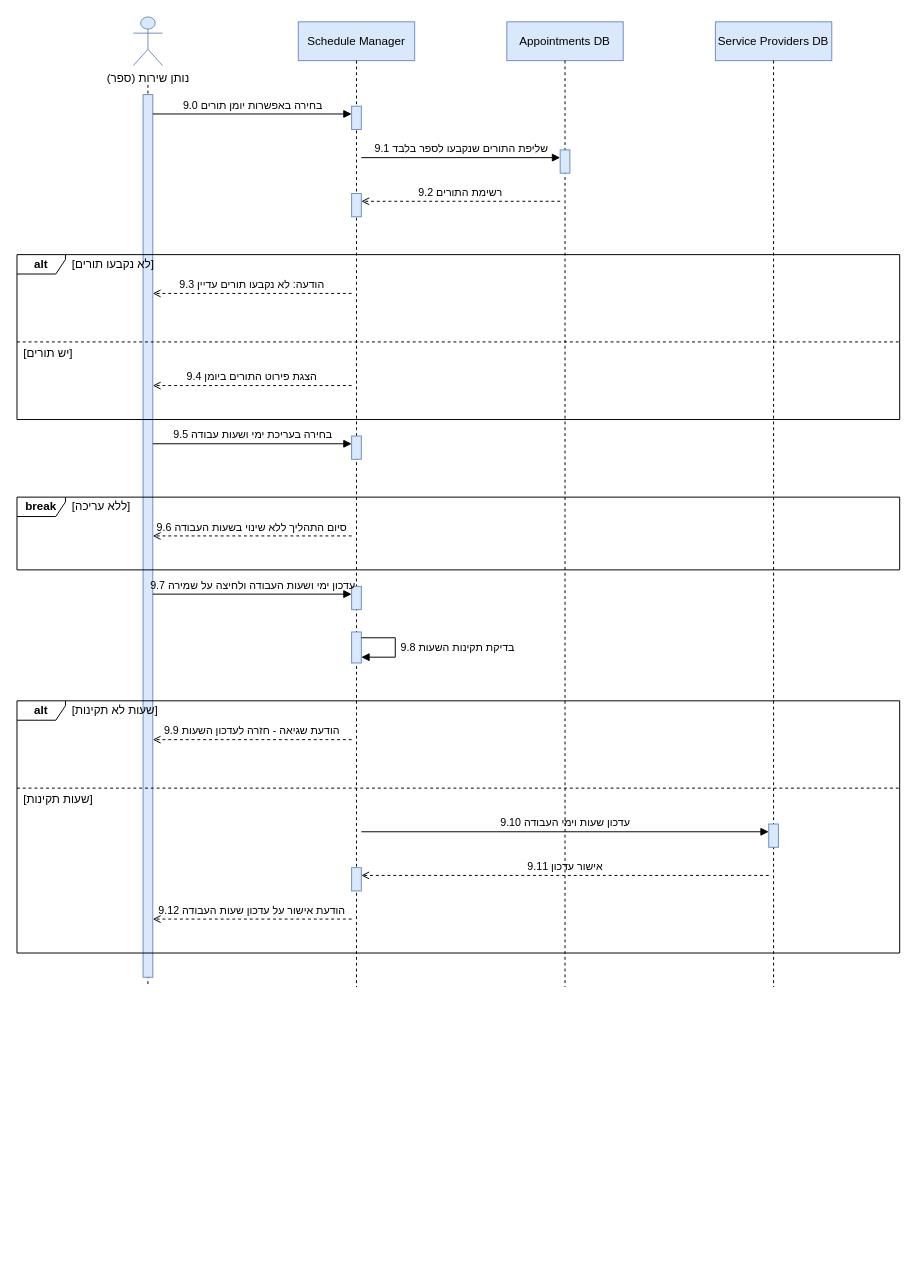
Earlier version of the draw.io diagram diagrams/SEQ-SUC-9.drawio (arielkaplan20/project_Golden_Hair_Salon). Source tidied: cells renumbered, new cells numbered last; positions are measured from the earlier drawing's top-left corner, leaving out a move shared by most shapes. Both pictures are drawn from the tidied source at 97%, with x=0, y=0 at pixel (16, 16).
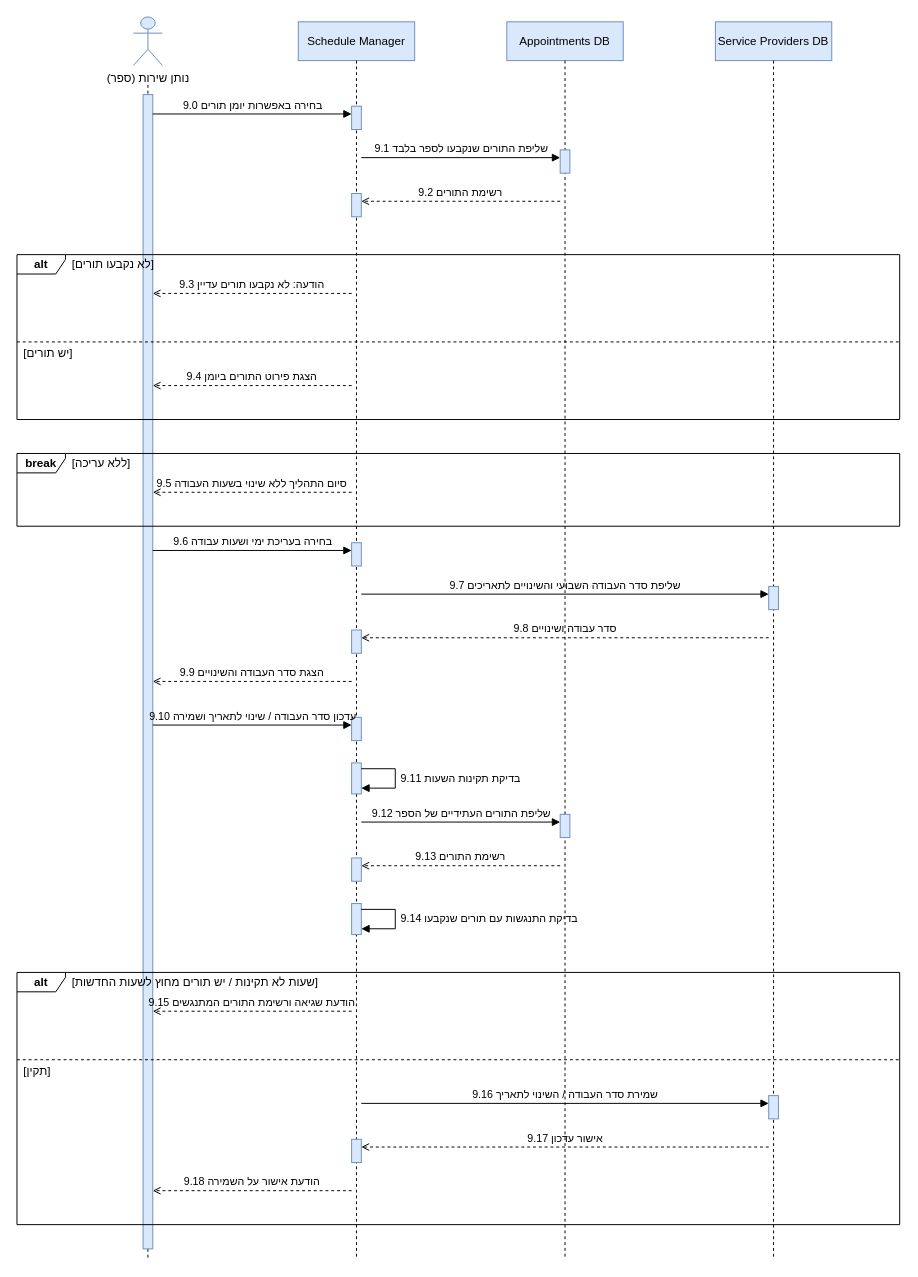
Above is the later version.

The edit, as a diff of the source:
```diff
@@
     <mxCell id="6" style="endArrow=none;html=1;dashed=1;strokeColor=#000000;" parent="1" edge="1">
       <mxGeometry relative="1" as="geometry">
         <mxPoint x="135" y="70" as="sourcePoint" />
-        <mxPoint x="135" y="1000" as="targetPoint" />
+        <mxPoint x="135" y="1280" as="targetPoint" />
       </mxGeometry>
     </mxCell>
     <mxCell id="7" style="rounded=0;html=1;fillColor=#dae8fc;strokeColor=#6c8ebf;" parent="1" vertex="1">
-      <mxGeometry x="130" y="80" width="10" height="910" as="geometry" />
+      <mxGeometry x="130" y="80" width="10" height="1190" as="geometry" />
     </mxCell>
     <mxCell id="8" style="endArrow=none;html=1;dashed=1;strokeColor=#000000;" parent="1" edge="1">
       <mxGeometry relative="1" as="geometry">
         <mxPoint x="350" y="45" as="sourcePoint" />
-        <mxPoint x="350" y="1000" as="targetPoint" />
+        <mxPoint x="350" y="1280" as="targetPoint" />
       </mxGeometry>
     </mxCell>
     <mxCell id="9" style="endArrow=none;html=1;dashed=1;strokeColor=#000000;" parent="1" edge="1">
       <mxGeometry relative="1" as="geometry">
         <mxPoint x="565" y="45" as="sourcePoint" />
-        <mxPoint x="565" y="1000" as="targetPoint" />
+        <mxPoint x="565" y="1280" as="targetPoint" />
       </mxGeometry>
     </mxCell>
     <mxCell id="10" style="endArrow=none;html=1;dashed=1;strokeColor=#000000;" parent="1" edge="1">
       <mxGeometry relative="1" as="geometry">
         <mxPoint x="780" y="45" as="sourcePoint" />
-        <mxPoint x="780" y="1000" as="targetPoint" />
+        <mxPoint x="780" y="1280" as="targetPoint" />
       </mxGeometry>
     </mxCell>
@@
     <mxCell id="14" style="rounded=0;html=1;fillColor=#dae8fc;strokeColor=#6c8ebf;" parent="1" vertex="1">
-      <mxGeometry x="345" y="432" width="10" height="24" as="geometry" />
+      <mxGeometry x="345" y="542" width="10" height="24" as="geometry" />
     </mxCell>
     <mxCell id="15" style="rounded=0;html=1;fillColor=#dae8fc;strokeColor=#6c8ebf;" parent="1" vertex="1">
-      <mxGeometry x="345" y="587" width="10" height="24" as="geometry" />
+      <mxGeometry x="775" y="587" width="10" height="24" as="geometry" />
     </mxCell>
     <mxCell id="16" style="rounded=0;html=1;fillColor=#dae8fc;strokeColor=#6c8ebf;" parent="1" vertex="1">
-      <mxGeometry x="345" y="634" width="10" height="32" as="geometry" />
+      <mxGeometry x="345" y="632" width="10" height="24" as="geometry" />
     </mxCell>
     <mxCell id="17" style="rounded=0;html=1;fillColor=#dae8fc;strokeColor=#6c8ebf;" parent="1" vertex="1">
-      <mxGeometry x="775" y="832" width="10" height="24" as="geometry" />
+      <mxGeometry x="345" y="722" width="10" height="24" as="geometry" />
     </mxCell>
     <mxCell id="18" style="rounded=0;html=1;fillColor=#dae8fc;strokeColor=#6c8ebf;" parent="1" vertex="1">
-      <mxGeometry x="345" y="877" width="10" height="24" as="geometry" />
+      <mxGeometry x="345" y="769" width="10" height="32" as="geometry" />
     </mxCell>
-    <mxCell id="19" value="&lt;b&gt;alt&lt;/b&gt;" style="shape=umlFrame;whiteSpace=wrap;html=1;width=50;height=20;fillColor=none;" parent="1" vertex="1">
-      <mxGeometry y="245" width="910" height="170" as="geometry" />
+    <mxCell id="19" style="rounded=0;html=1;fillColor=#dae8fc;strokeColor=#6c8ebf;" parent="1" vertex="1">
+      <mxGeometry x="560" y="822" width="10" height="24" as="geometry" />
     </mxCell>
-    <mxCell id="20" value="[לא נקבעו תורים]" style="text;html=1;align=left;verticalAlign=middle;whiteSpace=nowrap;fillColor=none;strokeColor=none;" parent="1" vertex="1">
-      <mxGeometry x="55" y="245" width="300" height="20" as="geometry" />
+    <mxCell id="20" style="rounded=0;html=1;fillColor=#dae8fc;strokeColor=#6c8ebf;" parent="1" vertex="1">
+      <mxGeometry x="345" y="867" width="10" height="24" as="geometry" />
     </mxCell>
-    <mxCell id="21" style="endArrow=none;html=1;dashed=1;" parent="1" edge="1">
-      <mxGeometry relative="1" as="geometry">
-        <mxPoint y="335" as="sourcePoint" />
-        <mxPoint x="910" y="335" as="targetPoint" />
-      </mxGeometry>
-    </mxCell>
+    <mxCell id="42" style="rounded=0;html=1;fillColor=#dae8fc;strokeColor=#6c8ebf;" parent="1" vertex="1">
+      <mxGeometry x="345" y="914" width="10" height="32" as="geometry" />
+    </mxCell>
-    <mxCell id="22" value="[יש תורים]" style="text;html=1;align=left;verticalAlign=middle;whiteSpace=nowrap;fillColor=none;strokeColor=none;" parent="1" vertex="1">
-      <mxGeometry x="5" y="337" width="300" height="20" as="geometry" />
+    <mxCell id="22" style="rounded=0;html=1;fillColor=#dae8fc;strokeColor=#6c8ebf;" parent="1" vertex="1">
+      <mxGeometry x="775" y="1112" width="10" height="24" as="geometry" />
     </mxCell>
-    <mxCell id="23" value="&lt;b&gt;break&lt;/b&gt;" style="shape=umlFrame;whiteSpace=wrap;html=1;width=50;height=20;fillColor=none;" parent="1" vertex="1">
-      <mxGeometry y="495" width="910" height="75" as="geometry" />
+    <mxCell id="23" style="rounded=0;html=1;fillColor=#dae8fc;strokeColor=#6c8ebf;" parent="1" vertex="1">
+      <mxGeometry x="345" y="1157" width="10" height="24" as="geometry" />
     </mxCell>
-    <mxCell id="24" value="[ללא עריכה]" style="text;html=1;align=left;verticalAlign=middle;whiteSpace=nowrap;fillColor=none;strokeColor=none;" parent="1" vertex="1">
-      <mxGeometry x="55" y="495" width="300" height="20" as="geometry" />
+    <mxCell id="24" value="&lt;b&gt;alt&lt;/b&gt;" style="shape=umlFrame;whiteSpace=wrap;html=1;width=50;height=20;fillColor=none;" parent="1" vertex="1">
+      <mxGeometry y="245" width="910" height="170" as="geometry" />
     </mxCell>
-    <mxCell id="25" value="&lt;b&gt;alt&lt;/b&gt;" style="shape=umlFrame;whiteSpace=wrap;html=1;width=50;height=20;fillColor=none;" parent="1" vertex="1">
-      <mxGeometry y="705" width="910" height="260" as="geometry" />
+    <mxCell id="25" value="[לא נקבעו תורים]" style="text;html=1;align=left;verticalAlign=middle;whiteSpace=nowrap;fillColor=none;strokeColor=none;" parent="1" vertex="1">
+      <mxGeometry x="55" y="245" width="300" height="20" as="geometry" />
     </mxCell>
-    <mxCell id="26" value="[שעות לא תקינות]" style="text;html=1;align=left;verticalAlign=middle;whiteSpace=nowrap;fillColor=none;strokeColor=none;" parent="1" vertex="1">
-      <mxGeometry x="55" y="705" width="300" height="20" as="geometry" />
-    </mxCell>
-    <mxCell id="27" style="endArrow=none;html=1;dashed=1;" parent="1" edge="1">
-      <mxGeometry relative="1" as="geometry">
-        <mxPoint y="795" as="sourcePoint" />
-        <mxPoint x="910" y="795" as="targetPoint" />
-      </mxGeometry>
-    </mxCell>
+    <mxCell id="43" style="endArrow=none;html=1;dashed=1;" parent="1" edge="1">
+      <mxGeometry relative="1" as="geometry">
+        <mxPoint y="335" as="sourcePoint" />
+        <mxPoint x="910" y="335" as="targetPoint" />
+      </mxGeometry>
+    </mxCell>
+    <mxCell id="44" value="[יש תורים]" style="text;html=1;align=left;verticalAlign=middle;whiteSpace=nowrap;fillColor=none;strokeColor=none;" parent="1" vertex="1">
+      <mxGeometry x="5" y="337" width="300" height="20" as="geometry" />
+    </mxCell>
-    <mxCell id="28" value="[שעות תקינות]" style="text;html=1;align=left;verticalAlign=middle;whiteSpace=nowrap;fillColor=none;strokeColor=none;" parent="1" vertex="1">
-      <mxGeometry x="5" y="797" width="300" height="20" as="geometry" />
+    <mxCell id="28" value="&lt;b&gt;break&lt;/b&gt;" style="shape=umlFrame;whiteSpace=wrap;html=1;width=50;height=20;fillColor=none;" parent="1" vertex="1">
+      <mxGeometry y="450" width="910" height="75" as="geometry" />
     </mxCell>
-    <mxCell id="29" value="9.0 בחירה באפשרות יומן תורים" style="endArrow=block;endFill=1;html=1;rounded=0;verticalAlign=bottom;labelBackgroundColor=none;" parent="1" edge="1">
-      <mxGeometry relative="1" as="geometry">
-        <mxPoint x="140" y="100" as="sourcePoint" />
-        <mxPoint x="345" y="100" as="targetPoint" />
-      </mxGeometry>
-    </mxCell>
-    <mxCell id="30" value="9.1 שליפת התורים שנקבעו לספר בלבד" style="endArrow=block;endFill=1;html=1;rounded=0;verticalAlign=bottom;labelBackgroundColor=none;" parent="1" edge="1">
-      <mxGeometry relative="1" as="geometry">
-        <mxPoint x="355" y="145" as="sourcePoint" />
-        <mxPoint x="560" y="145" as="targetPoint" />
-      </mxGeometry>
-    </mxCell>
-    <mxCell id="31" value="9.2 רשימת התורים" style="endArrow=open;endFill=0;html=1;rounded=0;dashed=1;verticalAlign=bottom;labelBackgroundColor=none;" parent="1" edge="1">
-      <mxGeometry relative="1" as="geometry">
-        <mxPoint x="560" y="190" as="sourcePoint" />
-        <mxPoint x="355" y="190" as="targetPoint" />
-      </mxGeometry>
-    </mxCell>
+    <mxCell id="45" value="[ללא עריכה]" style="text;html=1;align=left;verticalAlign=middle;whiteSpace=nowrap;fillColor=none;strokeColor=none;" parent="1" vertex="1">
+      <mxGeometry x="55" y="450" width="300" height="20" as="geometry" />
+    </mxCell>
+    <mxCell id="46" value="&lt;b&gt;alt&lt;/b&gt;" style="shape=umlFrame;whiteSpace=wrap;html=1;width=50;height=20;fillColor=none;" parent="1" vertex="1">
+      <mxGeometry y="985" width="910" height="260" as="geometry" />
+    </mxCell>
+    <mxCell id="47" value="[שעות לא תקינות / יש תורים מחוץ לשעות החדשות]" style="text;html=1;align=left;verticalAlign=middle;whiteSpace=nowrap;fillColor=none;strokeColor=none;" parent="1" vertex="1">
+      <mxGeometry x="55" y="985" width="300" height="20" as="geometry" />
+    </mxCell>
-    <mxCell id="32" value="9.3 הודעה: לא נקבעו תורים עדיין" style="endArrow=open;endFill=0;html=1;rounded=0;dashed=1;verticalAlign=bottom;labelBackgroundColor=none;" parent="1" edge="1">
+    <mxCell id="32" style="endArrow=none;html=1;dashed=1;" parent="1" edge="1">
       <mxGeometry relative="1" as="geometry">
-        <mxPoint x="345" y="285" as="sourcePoint" />
-        <mxPoint x="140" y="285" as="targetPoint" />
+        <mxPoint y="1075" as="sourcePoint" />
+        <mxPoint x="910" y="1075" as="targetPoint" />
       </mxGeometry>
     </mxCell>
-    <mxCell id="33" value="9.4 הצגת פירוט התורים ביומן" style="endArrow=open;endFill=0;html=1;rounded=0;dashed=1;verticalAlign=bottom;labelBackgroundColor=none;" parent="1" edge="1">
-      <mxGeometry relative="1" as="geometry">
-        <mxPoint x="345" y="380" as="sourcePoint" />
-        <mxPoint x="140" y="380" as="targetPoint" />
-      </mxGeometry>
-    </mxCell>
+    <mxCell id="48" value="[תקין]" style="text;html=1;align=left;verticalAlign=middle;whiteSpace=nowrap;fillColor=none;strokeColor=none;" parent="1" vertex="1">
+      <mxGeometry x="5" y="1077" width="300" height="20" as="geometry" />
+    </mxCell>
-    <mxCell id="34" value="9.5 בחירה בעריכת ימי ושעות עבודה" style="endArrow=block;endFill=1;html=1;rounded=0;verticalAlign=bottom;labelBackgroundColor=none;" parent="1" edge="1">
+    <mxCell id="34" value="9.0 בחירה באפשרות יומן תורים" style="endArrow=block;endFill=1;html=1;rounded=0;verticalAlign=bottom;labelBackgroundColor=none;" parent="1" edge="1">
       <mxGeometry relative="1" as="geometry">
-        <mxPoint x="140" y="440" as="sourcePoint" />
-        <mxPoint x="345" y="440" as="targetPoint" />
+        <mxPoint x="140" y="100" as="sourcePoint" />
+        <mxPoint x="345" y="100" as="targetPoint" />
       </mxGeometry>
     </mxCell>
-    <mxCell id="35" value="9.6 סיום התהליך ללא שינוי בשעות העבודה" style="endArrow=open;endFill=0;html=1;rounded=0;dashed=1;verticalAlign=bottom;labelBackgroundColor=none;" parent="1" edge="1">
+    <mxCell id="35" value="9.1 שליפת התורים שנקבעו לספר בלבד" style="endArrow=block;endFill=1;html=1;rounded=0;verticalAlign=bottom;labelBackgroundColor=none;" parent="1" edge="1">
       <mxGeometry relative="1" as="geometry">
-        <mxPoint x="345" y="535" as="sourcePoint" />
-        <mxPoint x="140" y="535" as="targetPoint" />
+        <mxPoint x="355" y="145" as="sourcePoint" />
+        <mxPoint x="560" y="145" as="targetPoint" />
       </mxGeometry>
     </mxCell>
-    <mxCell id="36" value="9.7 עדכון ימי ושעות העבודה ולחיצה על שמירה" style="endArrow=block;endFill=1;html=1;rounded=0;verticalAlign=bottom;labelBackgroundColor=none;" parent="1" edge="1">
+    <mxCell id="36" value="9.2 רשימת התורים" style="endArrow=open;endFill=0;html=1;rounded=0;dashed=1;verticalAlign=bottom;labelBackgroundColor=none;" parent="1" edge="1">
       <mxGeometry relative="1" as="geometry">
-        <mxPoint x="140" y="595" as="sourcePoint" />
-        <mxPoint x="345" y="595" as="targetPoint" />
+        <mxPoint x="560" y="190" as="sourcePoint" />
+        <mxPoint x="355" y="190" as="targetPoint" />
       </mxGeometry>
     </mxCell>
-    <mxCell id="37" value="9.8 בדיקת תקינות השעות" style="endArrow=block;endFill=1;html=1;rounded=0;align=left;spacingLeft=4;labelBackgroundColor=none;" parent="1" edge="1">
+    <mxCell id="37" value="9.3 הודעה: לא נקבעו תורים עדיין" style="endArrow=open;endFill=0;html=1;rounded=0;dashed=1;verticalAlign=bottom;labelBackgroundColor=none;" parent="1" edge="1">
       <mxGeometry relative="1" as="geometry">
-        <mxPoint x="355" y="640" as="sourcePoint" />
-        <mxPoint x="355" y="660" as="targetPoint" />
-        <Array as="points">
-          <mxPoint x="390" y="640" />
-          <mxPoint x="390" y="660" />
-        </Array>
+        <mxPoint x="345" y="285" as="sourcePoint" />
+        <mxPoint x="140" y="285" as="targetPoint" />
       </mxGeometry>
     </mxCell>
-    <mxCell id="38" value="9.9 הודעת שגיאה - חזרה לעדכון השעות" style="endArrow=open;endFill=0;html=1;rounded=0;dashed=1;verticalAlign=bottom;labelBackgroundColor=none;" parent="1" edge="1">
+    <mxCell id="38" value="9.4 הצגת פירוט התורים ביומן" style="endArrow=open;endFill=0;html=1;rounded=0;dashed=1;verticalAlign=bottom;labelBackgroundColor=none;" parent="1" edge="1">
       <mxGeometry relative="1" as="geometry">
-        <mxPoint x="345" y="745" as="sourcePoint" />
-        <mxPoint x="140" y="745" as="targetPoint" />
+        <mxPoint x="345" y="380" as="sourcePoint" />
+        <mxPoint x="140" y="380" as="targetPoint" />
       </mxGeometry>
     </mxCell>
-    <mxCell id="39" value="9.10 עדכון שעות וימי העבודה" style="endArrow=block;endFill=1;html=1;rounded=0;verticalAlign=bottom;labelBackgroundColor=none;" parent="1" edge="1">
+    <mxCell id="39" value="9.5 סיום התהליך ללא שינוי בשעות העבודה" style="endArrow=open;endFill=0;html=1;rounded=0;dashed=1;verticalAlign=bottom;labelBackgroundColor=none;" parent="1" edge="1">
       <mxGeometry relative="1" as="geometry">
-        <mxPoint x="355" y="840" as="sourcePoint" />
-        <mxPoint x="775" y="840" as="targetPoint" />
+        <mxPoint x="345" y="490" as="sourcePoint" />
+        <mxPoint x="140" y="490" as="targetPoint" />
       </mxGeometry>
     </mxCell>
-    <mxCell id="40" value="9.11 אישור עדכון" style="endArrow=open;endFill=0;html=1;rounded=0;dashed=1;verticalAlign=bottom;labelBackgroundColor=none;" parent="1" edge="1">
+    <mxCell id="40" value="9.6 בחירה בעריכת ימי ושעות עבודה" style="endArrow=block;endFill=1;html=1;rounded=0;verticalAlign=bottom;labelBackgroundColor=none;" parent="1" edge="1">
       <mxGeometry relative="1" as="geometry">
-        <mxPoint x="775" y="885" as="sourcePoint" />
-        <mxPoint x="355" y="885" as="targetPoint" />
+        <mxPoint x="140" y="550" as="sourcePoint" />
+        <mxPoint x="345" y="550" as="targetPoint" />
       </mxGeometry>
     </mxCell>
-    <mxCell id="41" value="9.12 הודעת אישור על עדכון שעות העבודה" style="endArrow=open;endFill=0;html=1;rounded=0;dashed=1;verticalAlign=bottom;labelBackgroundColor=none;" parent="1" edge="1">
+    <mxCell id="41" value="9.7 שליפת סדר העבודה השבועי והשינויים לתאריכים" style="endArrow=block;endFill=1;html=1;rounded=0;verticalAlign=bottom;labelBackgroundColor=none;" parent="1" edge="1">
       <mxGeometry relative="1" as="geometry">
-        <mxPoint x="345" y="930" as="sourcePoint" />
-        <mxPoint x="140" y="930" as="targetPoint" />
+        <mxPoint x="355" y="595" as="sourcePoint" />
+        <mxPoint x="775" y="595" as="targetPoint" />
       </mxGeometry>
     </mxCell>
+    <mxCell id="49" value="9.8 סדר עבודה ושינויים" style="endArrow=open;endFill=0;html=1;rounded=0;dashed=1;verticalAlign=bottom;labelBackgroundColor=none;" parent="1" edge="1">
+      <mxGeometry relative="1" as="geometry">
+        <mxPoint x="775" y="640" as="sourcePoint" />
+        <mxPoint x="355" y="640" as="targetPoint" />
+      </mxGeometry>
+    </mxCell>
+    <mxCell id="50" value="9.9 הצגת סדר העבודה והשינויים" style="endArrow=open;endFill=0;html=1;rounded=0;dashed=1;verticalAlign=bottom;labelBackgroundColor=none;" parent="1" edge="1">
+      <mxGeometry relative="1" as="geometry">
+        <mxPoint x="345" y="685" as="sourcePoint" />
+        <mxPoint x="140" y="685" as="targetPoint" />
+      </mxGeometry>
+    </mxCell>
+    <mxCell id="51" value="9.10 עדכון סדר העבודה / שינוי לתאריך ושמירה" style="endArrow=block;endFill=1;html=1;rounded=0;verticalAlign=bottom;labelBackgroundColor=none;" parent="1" edge="1">
+      <mxGeometry relative="1" as="geometry">
+        <mxPoint x="140" y="730" as="sourcePoint" />
+        <mxPoint x="345" y="730" as="targetPoint" />
+      </mxGeometry>
+    </mxCell>
+    <mxCell id="52" value="9.11 בדיקת תקינות השעות" style="endArrow=block;endFill=1;html=1;rounded=0;align=left;spacingLeft=4;labelBackgroundColor=none;" parent="1" edge="1">
+      <mxGeometry relative="1" as="geometry">
+        <mxPoint x="355" y="775" as="sourcePoint" />
+        <mxPoint x="355" y="795" as="targetPoint" />
+        <Array as="points">
+          <mxPoint x="390" y="775" />
+          <mxPoint x="390" y="795" />
+        </Array>
+      </mxGeometry>
+    </mxCell>
+    <mxCell id="53" value="9.12 שליפת התורים העתידיים של הספר" style="endArrow=block;endFill=1;html=1;rounded=0;verticalAlign=bottom;labelBackgroundColor=none;" parent="1" edge="1">
+      <mxGeometry relative="1" as="geometry">
+        <mxPoint x="355" y="830" as="sourcePoint" />
+        <mxPoint x="560" y="830" as="targetPoint" />
+      </mxGeometry>
+    </mxCell>
+    <mxCell id="54" value="9.13 רשימת התורים" style="endArrow=open;endFill=0;html=1;rounded=0;dashed=1;verticalAlign=bottom;labelBackgroundColor=none;" parent="1" edge="1">
+      <mxGeometry relative="1" as="geometry">
+        <mxPoint x="560" y="875" as="sourcePoint" />
+        <mxPoint x="355" y="875" as="targetPoint" />
+      </mxGeometry>
+    </mxCell>
+    <mxCell id="55" value="9.14 בדיקת התנגשות עם תורים שנקבעו" style="endArrow=block;endFill=1;html=1;rounded=0;align=left;spacingLeft=4;labelBackgroundColor=none;" parent="1" edge="1">
+      <mxGeometry relative="1" as="geometry">
+        <mxPoint x="355" y="920" as="sourcePoint" />
+        <mxPoint x="355" y="940" as="targetPoint" />
+        <Array as="points">
+          <mxPoint x="390" y="920" />
+          <mxPoint x="390" y="940" />
+        </Array>
+      </mxGeometry>
+    </mxCell>
+    <mxCell id="56" value="9.15 הודעת שגיאה ורשימת התורים המתנגשים" style="endArrow=open;endFill=0;html=1;rounded=0;dashed=1;verticalAlign=bottom;labelBackgroundColor=none;" parent="1" edge="1">
+      <mxGeometry relative="1" as="geometry">
+        <mxPoint x="345" y="1025" as="sourcePoint" />
+        <mxPoint x="140" y="1025" as="targetPoint" />
+      </mxGeometry>
+    </mxCell>
+    <mxCell id="57" value="9.16 שמירת סדר העבודה / השינוי לתאריך" style="endArrow=block;endFill=1;html=1;rounded=0;verticalAlign=bottom;labelBackgroundColor=none;" parent="1" edge="1">
+      <mxGeometry relative="1" as="geometry">
+        <mxPoint x="355" y="1120" as="sourcePoint" />
+        <mxPoint x="775" y="1120" as="targetPoint" />
+      </mxGeometry>
+    </mxCell>
+    <mxCell id="58" value="9.17 אישור עדכון" style="endArrow=open;endFill=0;html=1;rounded=0;dashed=1;verticalAlign=bottom;labelBackgroundColor=none;" parent="1" edge="1">
+      <mxGeometry relative="1" as="geometry">
+        <mxPoint x="775" y="1165" as="sourcePoint" />
+        <mxPoint x="355" y="1165" as="targetPoint" />
+      </mxGeometry>
+    </mxCell>
+    <mxCell id="59" value="9.18 הודעת אישור על השמירה" style="endArrow=open;endFill=0;html=1;rounded=0;dashed=1;verticalAlign=bottom;labelBackgroundColor=none;" parent="1" edge="1">
+      <mxGeometry relative="1" as="geometry">
+        <mxPoint x="345" y="1210" as="sourcePoint" />
+        <mxPoint x="140" y="1210" as="targetPoint" />
+      </mxGeometry>
+    </mxCell>
```
